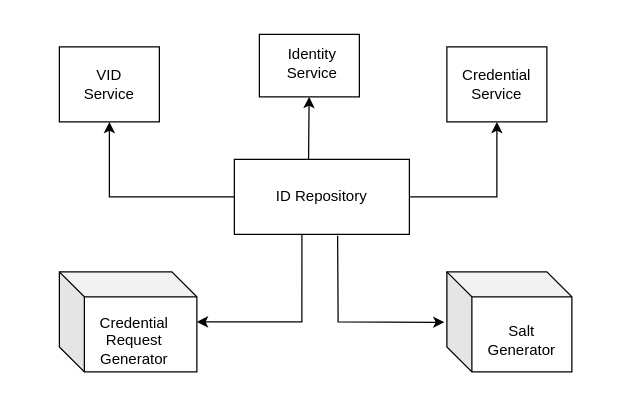
Above: docs/_images/id-repository.drawio in mosip/documentation (draw.io), before the change. Source tidied: cells renumbered, new cells numbered last; positions are measured from the earlier drawing's top-left corner, leaving out a move shared by most shapes. Both pictures are drawn from the tidied source at 125%, with x=0, y=0 at pixel (59, 34).
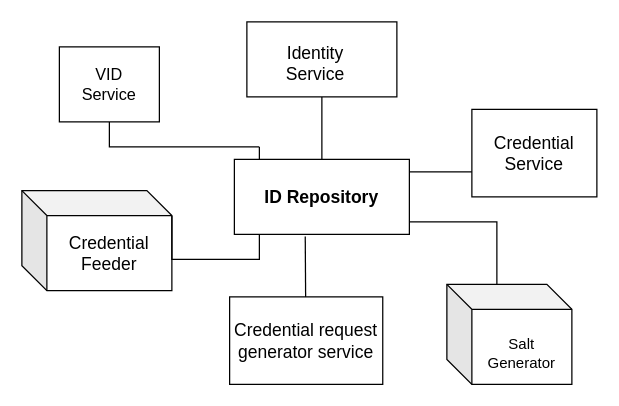
Above is the later version.

The change refers to these unchanged cells:
```xml
<mxCell id="2" style="rounded=0;whiteSpace=wrap;html=1;" parent="1" vertex="1">
  <mxGeometry x="140" y="100" width="140" height="60" as="geometry" />
</mxCell>
<mxCell id="9" style="rounded=0;whiteSpace=wrap;html=1;" parent="1" vertex="1">
  <mxGeometry y="10" width="80" height="60" as="geometry" />
</mxCell>
```

The edit, as a diff of the source:
```diff
@@
-    <mxCell id="3" value="ID Repository" style="text;html=1;strokeColor=none;fillColor=none;align=center;verticalAlign=middle;whiteSpace=wrap;rounded=0;" parent="1" vertex="1">
+    <mxCell id="3" value="&lt;b&gt;&lt;font style=&quot;font-size: 14px&quot;&gt;ID Repository&lt;/font&gt;&lt;/b&gt;" style="text;html=1;strokeColor=none;fillColor=none;align=center;verticalAlign=middle;whiteSpace=wrap;rounded=0;" parent="1" vertex="1">
       <mxGeometry x="150" y="110" width="120" height="40" as="geometry" />
     </mxCell>
     <mxCell id="4" style="shape=cube;whiteSpace=wrap;html=1;boundedLbl=1;backgroundOutline=1;darkOpacity=0.05;darkOpacity2=0.1;" parent="1" vertex="1">
-      <mxGeometry x="310" y="190" width="100" height="80" as="geometry" />
+      <mxGeometry x="310" y="200" width="100" height="80" as="geometry" />
     </mxCell>
     <mxCell id="5" value="Salt Generator" style="text;html=1;strokeColor=none;fillColor=none;align=center;verticalAlign=middle;whiteSpace=wrap;rounded=0;" parent="1" vertex="1">
-      <mxGeometry x="340" y="230" width="60" height="30" as="geometry" />
+      <mxGeometry x="340" y="240" width="60" height="30" as="geometry" />
     </mxCell>
     <mxCell id="6" style="rounded=0;whiteSpace=wrap;html=1;" parent="1" vertex="1">
-      <mxGeometry x="160" width="80" height="50" as="geometry" />
+      <mxGeometry x="150" y="-10" width="120" height="60" as="geometry" />
     </mxCell>
-    <mxCell id="7" value="Identity Service" style="text;html=1;strokeColor=none;fillColor=none;align=center;verticalAlign=middle;whiteSpace=wrap;rounded=0;" parent="1" vertex="1">
-      <mxGeometry x="170" y="10" width="65" height="25" as="geometry" />
+    <mxCell id="7" value="&lt;font style=&quot;font-size: 14px&quot;&gt;Identity Service&lt;/font&gt;" style="text;html=1;strokeColor=none;fillColor=none;align=center;verticalAlign=middle;whiteSpace=wrap;rounded=0;" parent="1" vertex="1">
+      <mxGeometry x="160" y="10" width="90" height="25" as="geometry" />
     </mxCell>
@@
     <mxCell id="10" style="rounded=0;whiteSpace=wrap;html=1;" parent="1" vertex="1">
-      <mxGeometry x="310" y="10" width="80" height="60" as="geometry" />
+      <mxGeometry x="330" y="60" width="100" height="70" as="geometry" />
     </mxCell>
-    <mxCell id="11" style="shape=cube;whiteSpace=wrap;html=1;boundedLbl=1;backgroundOutline=1;darkOpacity=0.05;darkOpacity2=0.1;" parent="1" vertex="1">
-      <mxGeometry y="190" width="110" height="80" as="geometry" />
-    </mxCell>
-    <mxCell id="12" value="VID Service" style="text;html=1;strokeColor=none;fillColor=none;align=center;verticalAlign=middle;whiteSpace=wrap;rounded=0;" parent="1" vertex="1">
+    <mxCell id="12" value="&lt;font style=&quot;font-size: 13px&quot;&gt;VID Service&lt;/font&gt;" style="text;html=1;strokeColor=none;fillColor=none;align=center;verticalAlign=middle;whiteSpace=wrap;rounded=0;" parent="1" vertex="1">
       <mxGeometry x="10" y="25" width="60" height="30" as="geometry" />
     </mxCell>
-    <mxCell id="13" value="Credential Service" style="text;html=1;strokeColor=none;fillColor=none;align=center;verticalAlign=middle;whiteSpace=wrap;rounded=0;" parent="1" vertex="1">
-      <mxGeometry x="320" y="20" width="60" height="40" as="geometry" />
+    <mxCell id="13" value="&lt;font style=&quot;font-size: 14px&quot;&gt;Credential Service&lt;/font&gt;" style="text;html=1;strokeColor=none;fillColor=none;align=center;verticalAlign=middle;whiteSpace=wrap;rounded=0;" parent="1" vertex="1">
+      <mxGeometry x="340" y="72.5" width="80" height="45" as="geometry" />
     </mxCell>
-    <mxCell id="14" value="Credential Request Generator" style="text;html=1;strokeColor=none;fillColor=none;align=center;verticalAlign=middle;whiteSpace=wrap;rounded=0;" parent="1" vertex="1">
-      <mxGeometry x="30" y="230" width="60" height="30" as="geometry" />
-    </mxCell>
-    <mxCell id="15" style="endArrow=classic;html=1;rounded=0;exitX=0.424;exitY=0.006;exitDx=0;exitDy=0;exitPerimeter=0;" parent="1" edge="1" source="2" target="6">
-      <mxGeometry relative="1" as="geometry" />
-    </mxCell>
-    <mxCell id="16" style="endArrow=classic;html=1;rounded=0;entryX=0.5;entryY=1;entryDx=0;entryDy=0;exitX=0;exitY=0.5;exitDx=0;exitDy=0;" parent="1" edge="1" source="2" target="9">
-      <mxGeometry relative="1" as="geometry">
-        <Array as="points">
-          <mxPoint x="40" y="130" />
-        </Array>
-      </mxGeometry>
-    </mxCell>
-    <mxCell id="17" style="endArrow=classic;html=1;rounded=0;entryX=0.5;entryY=1;entryDx=0;entryDy=0;exitX=1;exitY=0.5;exitDx=0;exitDy=0;" parent="1" edge="1" source="2" target="10">
-      <mxGeometry relative="1" as="geometry">
-        <Array as="points">
-          <mxPoint x="350" y="130" />
-        </Array>
-      </mxGeometry>
-    </mxCell>
-    <mxCell id="18" style="endArrow=classic;html=1;rounded=0;entryX=-0.02;entryY=0.504;entryDx=0;entryDy=0;entryPerimeter=0;exitX=0.59;exitY=1.017;exitDx=0;exitDy=0;exitPerimeter=0;" parent="1" edge="1" source="2" target="4">
-      <mxGeometry relative="1" as="geometry">
-        <Array as="points">
-          <mxPoint x="223" y="230" />
-        </Array>
-      </mxGeometry>
-    </mxCell>
-    <mxCell id="19" style="endArrow=classic;html=1;rounded=0;exitX=0.386;exitY=0.994;exitDx=0;exitDy=0;exitPerimeter=0;" parent="1" edge="1" source="2">
-      <mxGeometry relative="1" as="geometry">
-        <mxPoint x="110" y="230" as="targetPoint" />
-        <Array as="points">
-          <mxPoint x="194" y="230" />
-          <mxPoint x="110" y="230" />
-        </Array>
-      </mxGeometry>
-    </mxCell>
+    <mxCell id="20" style="endArrow=none;html=1;rounded=0;fontSize=14;entryX=0.5;entryY=0;entryDx=0;entryDy=0;exitX=0.5;exitY=1;exitDx=0;exitDy=0;" parent="1" edge="1" source="6" target="2">
+      <mxGeometry relative="1" as="geometry" />
+    </mxCell>
+    <mxCell id="21" value="Credential Feeder" style="shape=cube;whiteSpace=wrap;html=1;boundedLbl=1;backgroundOutline=1;darkOpacity=0.05;darkOpacity2=0.1;fontSize=14;" parent="1" vertex="1">
+      <mxGeometry x="-30" y="125" width="120" height="80" as="geometry" />
+    </mxCell>
+    <mxCell id="22" value="Credential request generator service" style="rounded=0;whiteSpace=wrap;html=1;fontSize=14;" parent="1" vertex="1">
+      <mxGeometry x="136.2" y="210" width="122.5" height="70" as="geometry" />
+    </mxCell>
+    <mxCell id="23" style="endArrow=none;html=1;rounded=0;fontSize=14;" parent="1" edge="1">
+      <mxGeometry relative="1" as="geometry">
+        <mxPoint x="350" y="200" as="sourcePoint" />
+        <mxPoint x="280" y="150" as="targetPoint" />
+        <Array as="points">
+          <mxPoint x="350" y="150" />
+        </Array>
+      </mxGeometry>
+    </mxCell>
+    <mxCell id="24" style="endArrow=none;html=1;rounded=0;fontSize=13;entryX=0.405;entryY=1.028;entryDx=0;entryDy=0;entryPerimeter=0;" parent="1" edge="1" target="2">
+      <mxGeometry relative="1" as="geometry">
+        <mxPoint x="197" y="210" as="sourcePoint" />
+      </mxGeometry>
+    </mxCell>
+    <mxCell id="25" style="endArrow=none;html=1;rounded=0;fontSize=13;entryX=0.5;entryY=1;entryDx=0;entryDy=0;" parent="1" edge="1" target="9">
+      <mxGeometry relative="1" as="geometry">
+        <mxPoint x="160" y="90" as="sourcePoint" />
+        <Array as="points">
+          <mxPoint x="40" y="90" />
+        </Array>
+      </mxGeometry>
+    </mxCell>
+    <mxCell id="26" style="endArrow=none;html=1;rounded=0;fontSize=13;" parent="1" edge="1">
+      <mxGeometry relative="1" as="geometry">
+        <mxPoint x="160" y="100" as="sourcePoint" />
+        <mxPoint x="160" y="90" as="targetPoint" />
+      </mxGeometry>
+    </mxCell>
+    <mxCell id="27" style="endArrow=none;html=1;rounded=0;fontSize=13;entryX=0;entryY=0;entryDx=120;entryDy=20;entryPerimeter=0;" parent="1" edge="1" target="21">
+      <mxGeometry relative="1" as="geometry">
+        <mxPoint x="160" y="160" as="sourcePoint" />
+        <Array as="points">
+          <mxPoint x="160" y="180" />
+          <mxPoint x="90" y="180" />
+        </Array>
+      </mxGeometry>
+    </mxCell>
+    <mxCell id="28" style="endArrow=none;html=1;rounded=0;fontSize=13;" parent="1" edge="1">
+      <mxGeometry relative="1" as="geometry">
+        <mxPoint x="280" y="110" as="sourcePoint" />
+        <mxPoint x="330" y="110" as="targetPoint" />
+        <Array as="points">
+          <mxPoint x="310" y="110" />
+        </Array>
+      </mxGeometry>
+    </mxCell>
```
